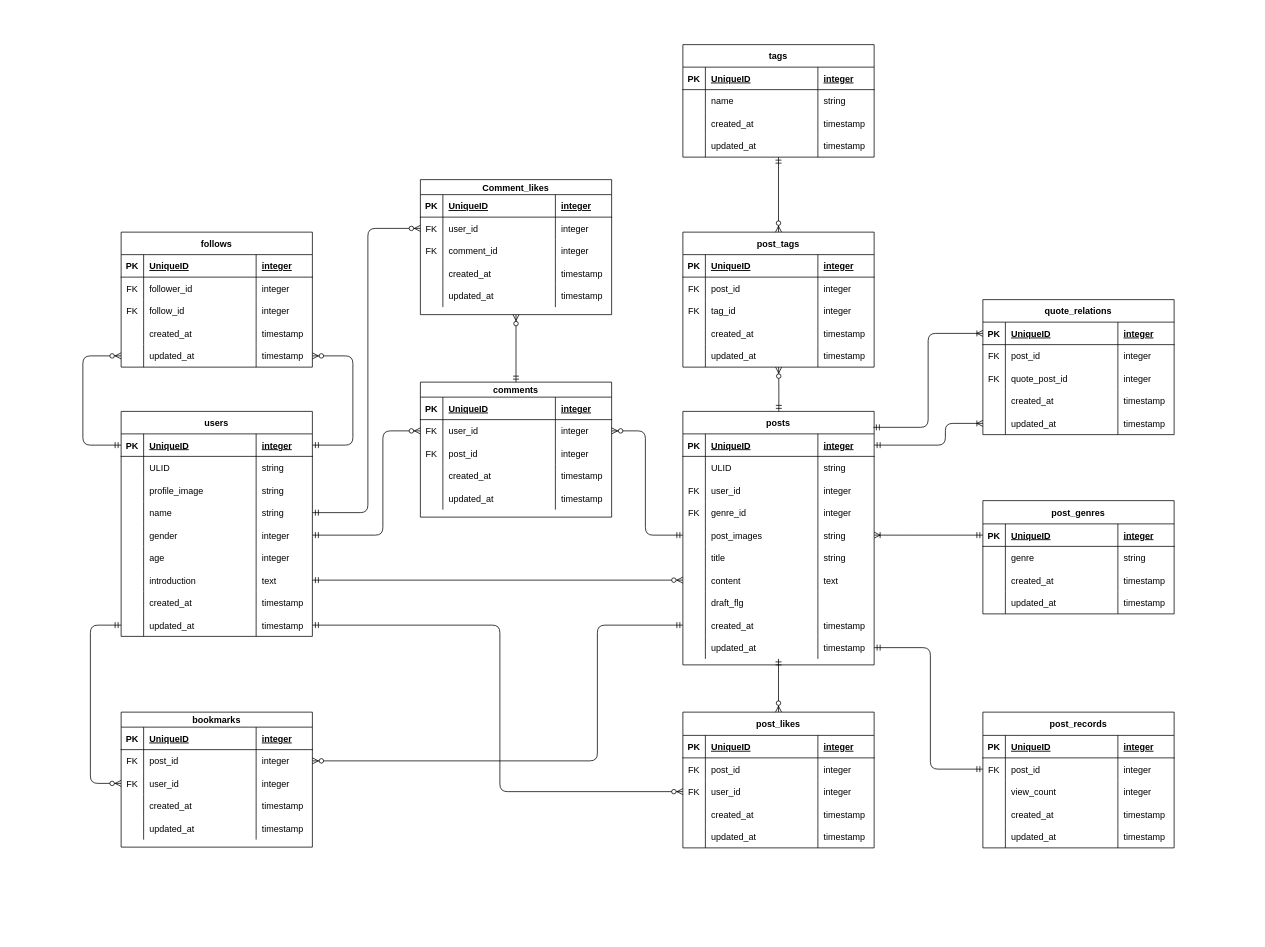
Before: er_figure.drawio in Hanakus0/ideas_collection, a draw.io diagram. Source tidied: cells renumbered, new cells numbered last; positions are measured from the earlier drawing's top-left corner, leaving out a move shared by most shapes. Both pictures are drawn from the tidied source at 75%, with x=0, y=0 at pixel (12, 12).
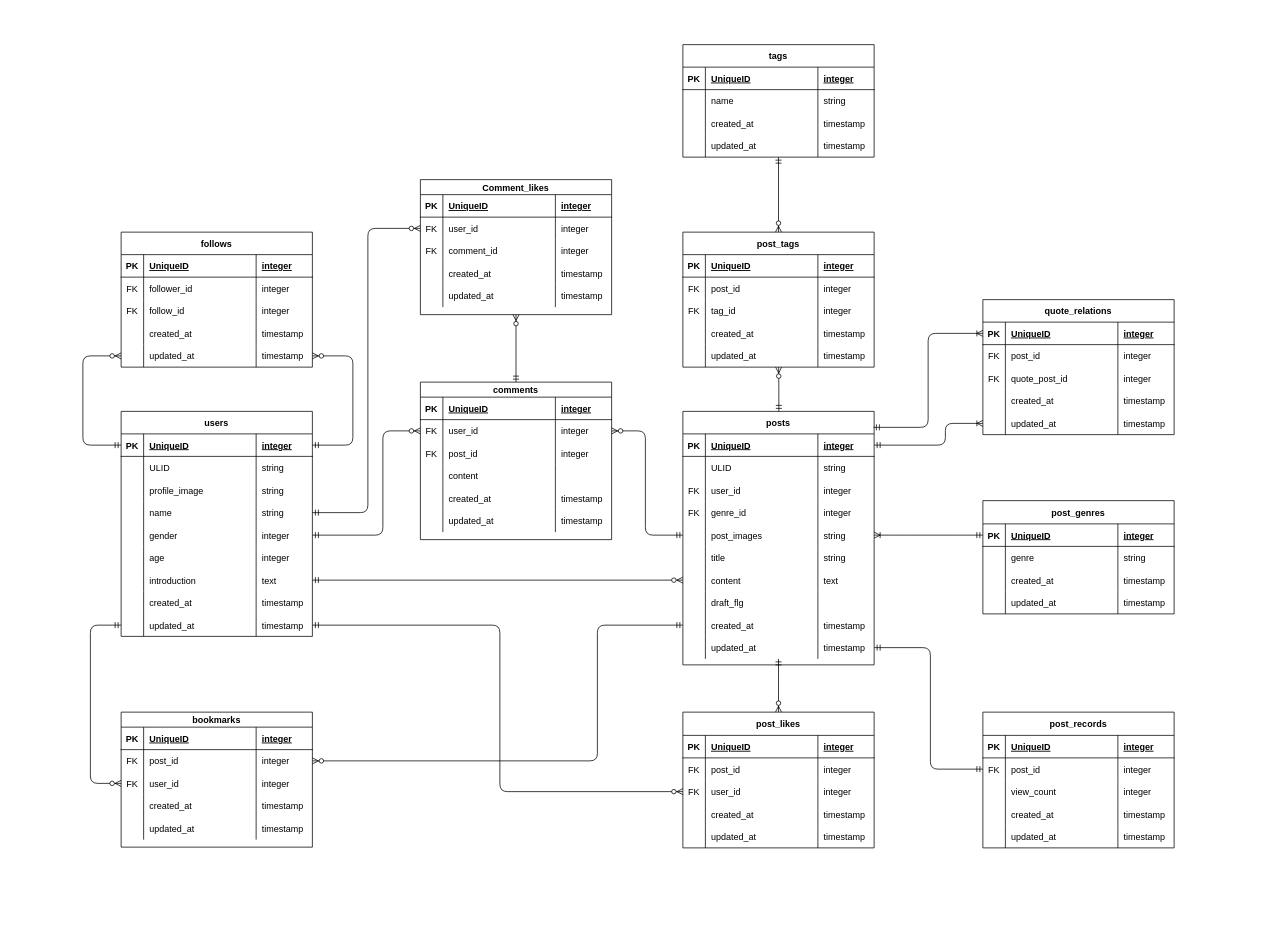
The same diagram, later.

Commit message (it also covers changes not shown here):
UPDATE: add content column in comments table

What changed in the source:
```diff
@@
     <mxCell id="253" value="comments" style="shape=table;startSize=20;childLayout=tableLayout;rowLines=0;fontStyle=1;align=center;" parent="1" vertex="1">
-      <mxGeometry x="544" y="493" width="255" height="180" as="geometry" />
+      <mxGeometry x="544" y="493" width="255" height="210" as="geometry" />
     </mxCell>
@@
+    <mxCell id="301" style="shape=tableRow;horizontal=0;startSize=0;swimlaneHead=0;swimlaneBody=0;fillColor=none;top=0;left=0;right=0;bottom=0;" parent="253" vertex="1">
+      <mxGeometry y="110" width="255" height="30" as="geometry" />
+    </mxCell>
+    <mxCell id="302" style="shape=partialRectangle;fillColor=none;top=0;left=0;bottom=0;right=0;overflow=hidden;" parent="301" vertex="1">
+      <mxGeometry width="30" height="30" as="geometry" />
+    </mxCell>
+    <mxCell id="303" value="content" style="shape=partialRectangle;fillColor=none;top=0;left=0;bottom=0;right=0;align=left;spacingLeft=6;overflow=hidden;" parent="301" vertex="1">
+      <mxGeometry x="30" width="150" height="30" as="geometry" />
+    </mxCell>
+    <mxCell id="304" style="shape=partialRectangle;fillColor=none;top=0;left=0;bottom=0;right=0;align=left;spacingLeft=6;overflow=hidden;" parent="301" vertex="1">
+      <mxGeometry x="180" width="75" height="30" as="geometry" />
+    </mxCell>
     <mxCell id="266" style="shape=tableRow;horizontal=0;startSize=0;swimlaneHead=0;swimlaneBody=0;fillColor=none;top=0;left=0;right=0;bottom=0;" parent="253" vertex="1">
-      <mxGeometry y="110" width="255" height="30" as="geometry" />
+      <mxGeometry y="140" width="255" height="30" as="geometry" />
     </mxCell>
@@
     <mxCell id="270" style="shape=tableRow;horizontal=0;startSize=0;swimlaneHead=0;swimlaneBody=0;fillColor=none;top=0;left=0;right=0;bottom=0;" parent="253" vertex="1">
-      <mxGeometry y="140" width="255" height="30" as="geometry" />
+      <mxGeometry y="170" width="255" height="30" as="geometry" />
     </mxCell>
```
